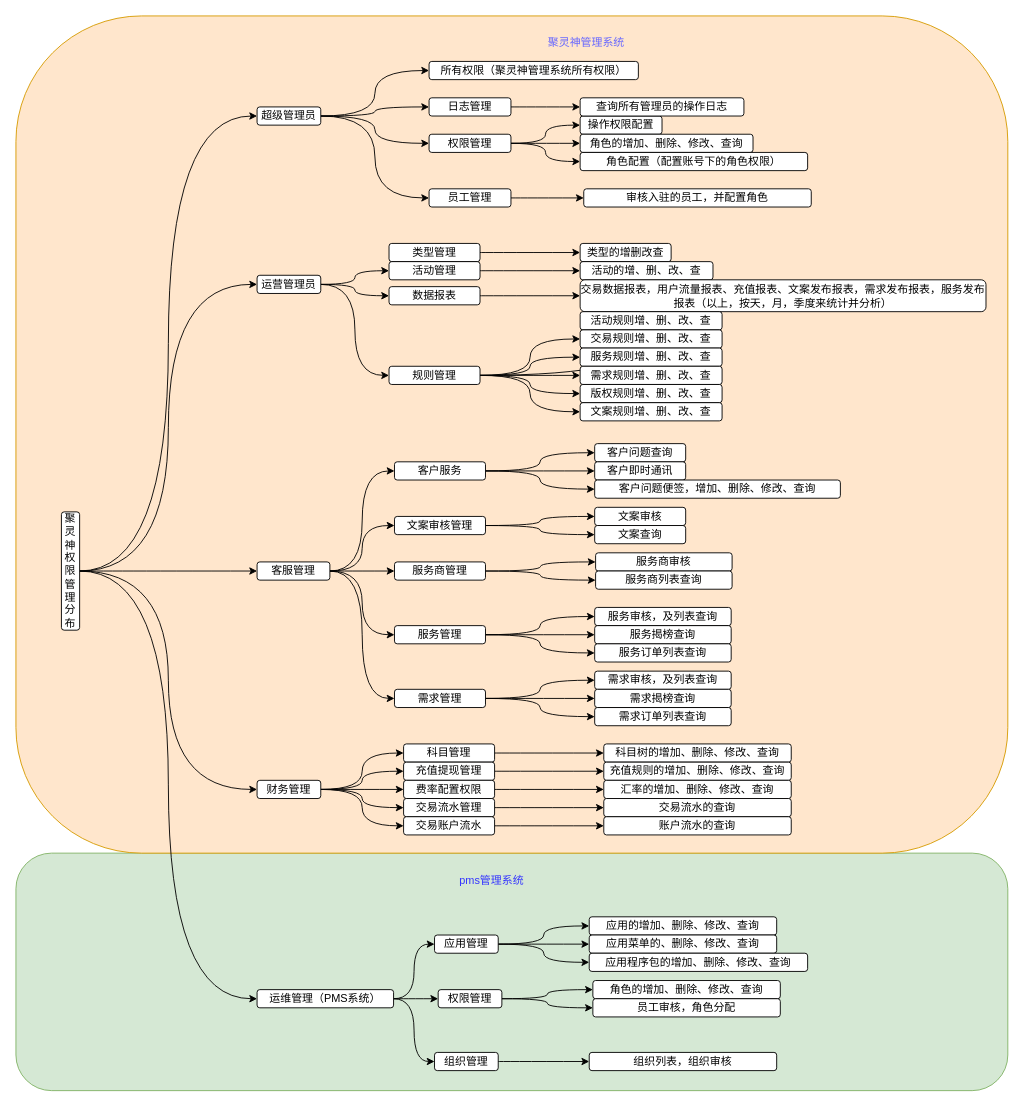
Above: Untitled Diagram.drawio in Raox1ngj1ng/mydraw (draw.io), before the change. Source tidied: cells renumbered, new cells numbered last; positions are measured from the earlier drawing's top-left corner, leaving out a move shared by most shapes. Both pictures are drawn from the tidied source at 91%, with x=0, y=0 at pixel (15, 15).
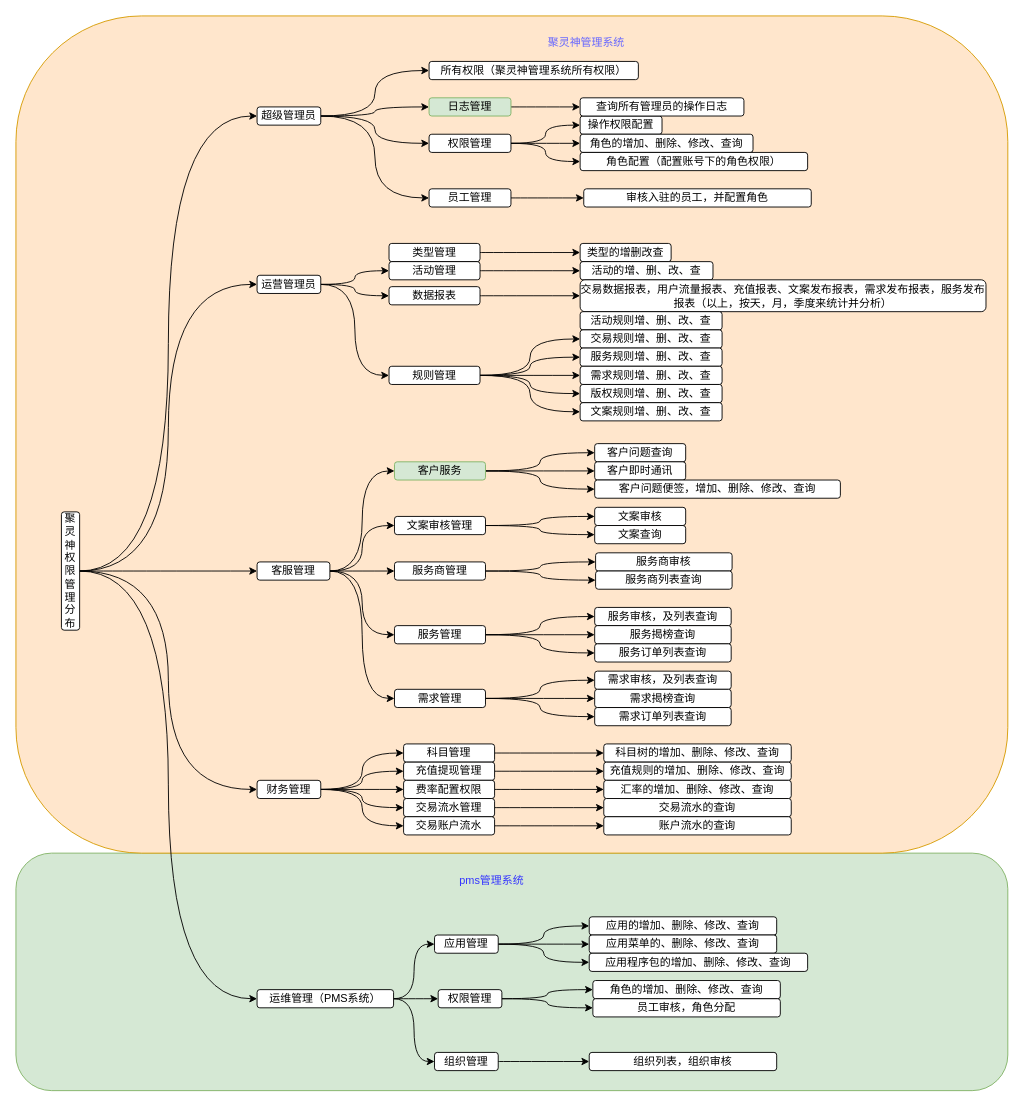
The same diagram, later.

Unchanged cells that the change refers to:
```xml
<mxCell id="38" value="规则管理" style="rounded=1;whiteSpace=wrap;html=1;" parent="1" vertex="1">
  <mxGeometry x="410" y="385" width="100" height="20" as="geometry" />
</mxCell>
<mxCell id="52" value="活动规则增、删、改、查" style="rounded=1;whiteSpace=wrap;html=1;" parent="1" vertex="1">
  <mxGeometry x="620" y="325" width="156" height="20" as="geometry" />
</mxCell>
```

Change to the diagram source:
```diff
@@
-    <mxCell id="32" style="edgeStyle=orthogonalEdgeStyle;curved=1;rounded=0;jettySize=auto;html=1;exitX=1;exitY=0.5;exitDx=0;exitDy=0;" parent="1" edge="1" source="38" target="52">
-      <mxGeometry relative="1" as="geometry" />
-    </mxCell>
@@
-    <mxCell id="98" value="日志管理" style="rounded=1;whiteSpace=wrap;html=1;" parent="1" vertex="1">
+    <mxCell id="98" value="日志管理" style="rounded=1;whiteSpace=wrap;html=1;fillColor=#d5e8d4;strokeColor=#82b366;" parent="1" vertex="1">
       <mxGeometry x="454" y="90" width="90" height="20" as="geometry" />
     </mxCell>
@@
-    <mxCell id="113" value="客户服务" style="rounded=1;whiteSpace=wrap;html=1;" parent="1" vertex="1">
+    <mxCell id="113" value="客户服务" style="rounded=1;whiteSpace=wrap;html=1;fillColor=#d5e8d4;strokeColor=#82b366;" parent="1" vertex="1">
       <mxGeometry x="416" y="490" width="100" height="20" as="geometry" />
     </mxCell>
```
